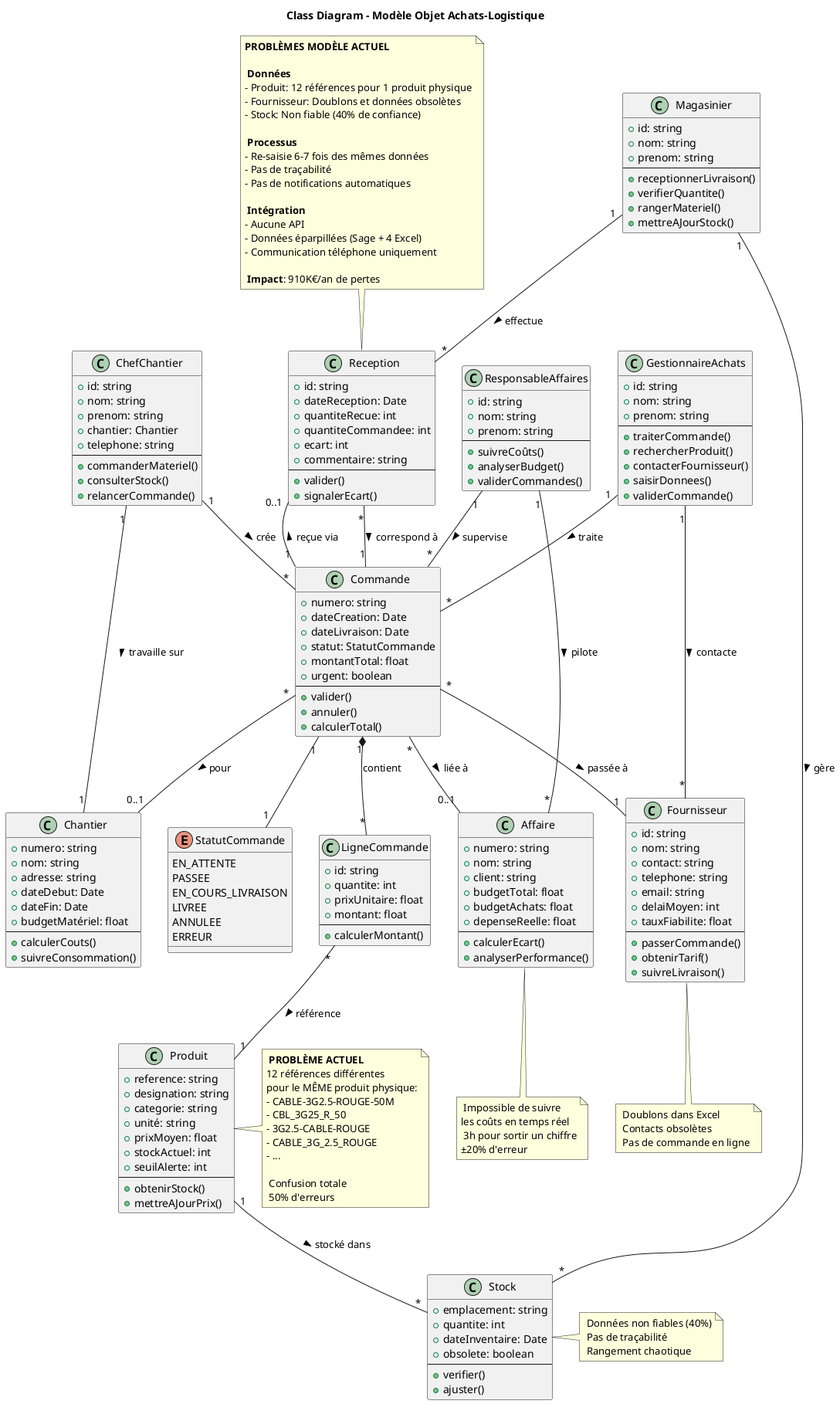
JordanSerafini/Audit_Duret keeps this PlantUML diagram as Achats-Logistique/uml/Class_Diagram_Modele.png. Above is the earlier version. Its diagram source:
```plantuml
@startuml Class_Diagram_Modele

title Class Diagram - Modèle Objet Achats-Logistique

class ChefChantier {
  +id: string
  +nom: string
  +prenom: string
  +chantier: Chantier
  +telephone: string
  --
  +commanderMateriel()
  +consulterStock()
  +relancerCommande()
}

class GestionnaireAchats {
  +id: string
  +nom: string
  +prenom: string
  --
  +traiterCommande()
  +rechercherProduit()
  +contacterFournisseur()
  +saisirDonnees()
  +validerCommande()
}

class Magasinier {
  +id: string
  +nom: string
  +prenom: string
  --
  +receptionnerLivraison()
  +verifierQuantite()
  +rangerMateriel()
  +mettreAJourStock()
}

class ResponsableAffaires {
  +id: string
  +nom: string
  +prenom: string
  --
  +suivreCoûts()
  +analyserBudget()
  +validerCommandes()
}

class Commande {
  +numero: string
  +dateCreation: Date
  +dateLivraison: Date
  +statut: StatutCommande
  +montantTotal: float
  +urgent: boolean
  --
  +valider()
  +annuler()
  +calculerTotal()
}

enum StatutCommande {
  EN_ATTENTE
  PASSEE
  EN_COURS_LIVRAISON
  LIVREE
  ANNULEE
  ERREUR
}

class LigneCommande {
  +id: string
  +quantite: int
  +prixUnitaire: float
  +montant: float
  --
  +calculerMontant()
}

class Produit {
  +reference: string
  +designation: string
  +categorie: string
  +unité: string
  +prixMoyen: float
  +stockActuel: int
  +seuilAlerte: int
  --
  +obtenirStock()
  +mettreAJourPrix()
}

note right of Produit
  🔴 **PROBLÈME ACTUEL**
  12 références différentes
  pour le MÊME produit physique:
  - CABLE-3G2.5-ROUGE-50M
  - CBL_3G25_R_50
  - 3G2.5-CABLE-ROUGE
  - CABLE_3G_2.5_ROUGE
  - ...

  ⚠️ Confusion totale
  ❌ 50% d'erreurs
end note

class Fournisseur {
  +id: string
  +nom: string
  +contact: string
  +telephone: string
  +email: string
  +delaiMoyen: int
  +tauxFiabilite: float
  --
  +passerCommande()
  +obtenirTarif()
  +suivreLivraison()
}

note bottom of Fournisseur
  🔴 Doublons dans Excel
  🔴 Contacts obsolètes
  🔴 Pas de commande en ligne
end note

class Chantier {
  +numero: string
  +nom: string
  +adresse: string
  +dateDebut: Date
  +dateFin: Date
  +budgetMatériel: float
  --
  +calculerCouts()
  +suivreConsommation()
}

class Affaire {
  +numero: string
  +nom: string
  +client: string
  +budgetTotal: float
  +budgetAchats: float
  +depenseReelle: float
  --
  +calculerEcart()
  +analyserPerformance()
}

note bottom of Affaire
  🔴 Impossible de suivre
  les coûts en temps réel
  ⏰ 3h pour sortir un chiffre
  ±20% d'erreur
end note

class Stock {
  +emplacement: string
  +quantite: int
  +dateInventaire: Date
  +obsolete: boolean
  --
  +verifier()
  +ajuster()
}

note right of Stock
  🔴 Données non fiables (40%)
  🔴 Pas de traçabilité
  🔴 Rangement chaotique
end note

class Reception {
  +id: string
  +dateReception: Date
  +quantiteRecue: int
  +quantiteCommandee: int
  +ecart: int
  +commentaire: string
  --
  +valider()
  +signalerEcart()
}

ChefChantier "1" -- "*" Commande : crée >
ChefChantier "1" -- "1" Chantier : travaille sur >

GestionnaireAchats "1" -- "*" Commande : traite >
GestionnaireAchats "1" -- "*" Fournisseur : contacte >

Magasinier "1" -- "*" Reception : effectue >
Magasinier "1" -- "*" Stock : gère >

ResponsableAffaires "1" -- "*" Affaire : pilote >
ResponsableAffaires "1" -- "*" Commande : supervise >

Commande "1" *-- "*" LigneCommande : contient
Commande "*" -- "1" Fournisseur : passée à >
Commande "1" -- "1" StatutCommande
Commande "*" -- "0..1" Chantier : pour >
Commande "*" -- "0..1" Affaire : liée à >
Commande "1" -- "0..1" Reception : reçue via >

LigneCommande "*" -- "1" Produit : référence >

Produit "1" -- "*" Stock : stocké dans >

Reception "*" -- "1" Commande : correspond à >

note top
  **PROBLÈMES MODÈLE ACTUEL**

  🔴 **Données**
  - Produit: 12 références pour 1 produit physique
  - Fournisseur: Doublons et données obsolètes
  - Stock: Non fiable (40% de confiance)

  🔴 **Processus**
  - Re-saisie 6-7 fois des mêmes données
  - Pas de traçabilité
  - Pas de notifications automatiques

  🔴 **Intégration**
  - Aucune API
  - Données éparpillées (Sage + 4 Excel)
  - Communication téléphone uniquement

  💰 **Impact**: 910K€/an de pertes
end note

@enduml
```
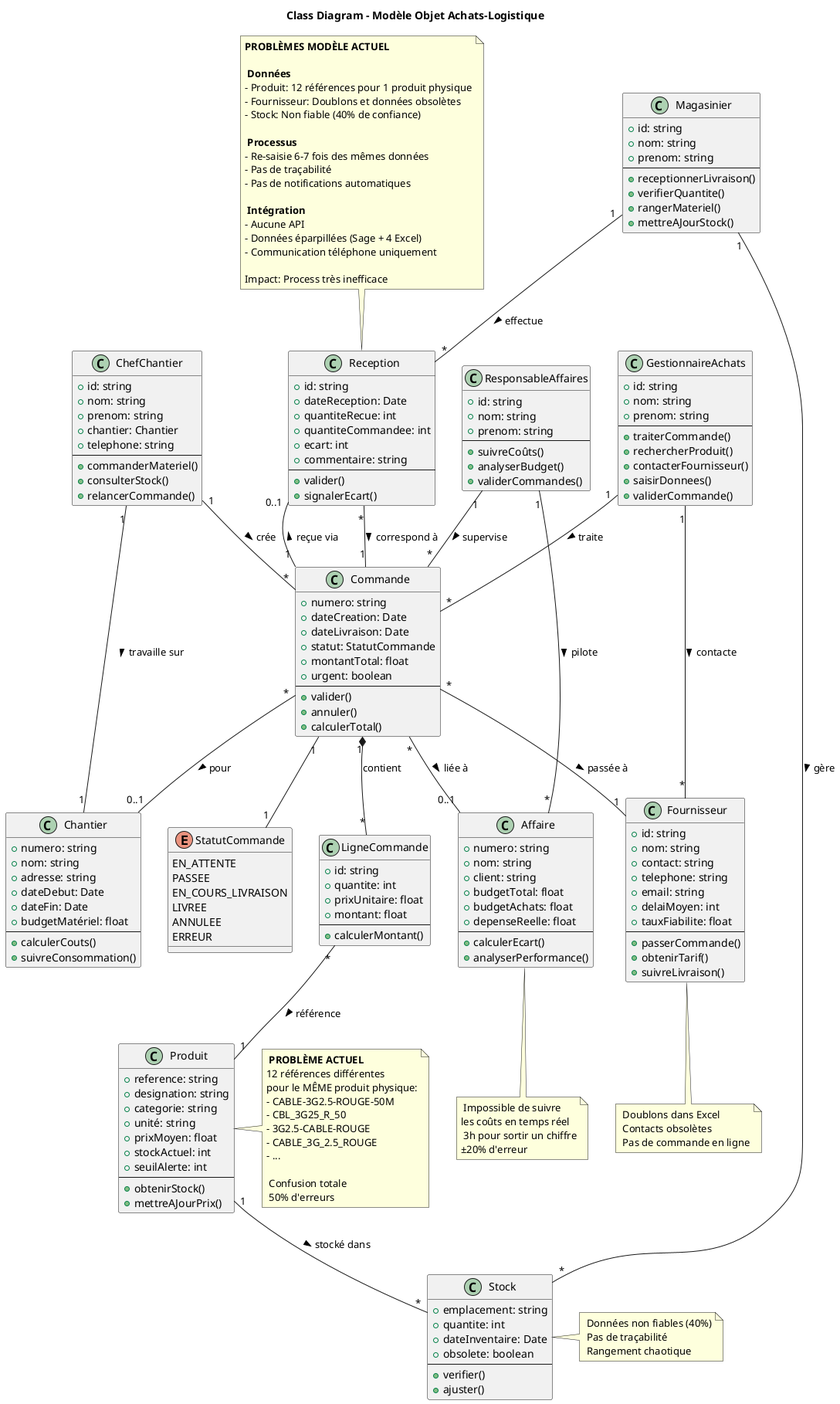
Later version of the same file.

Change to the diagram source:
```diff
@@ -227,7 +227,7 @@
   - Données éparpillées (Sage + 4 Excel)
   - Communication téléphone uniquement
 
-  💰 **Impact**: 910K€/an de pertes
+  Impact: Process très inefficace
 end note
 
 @enduml
```
